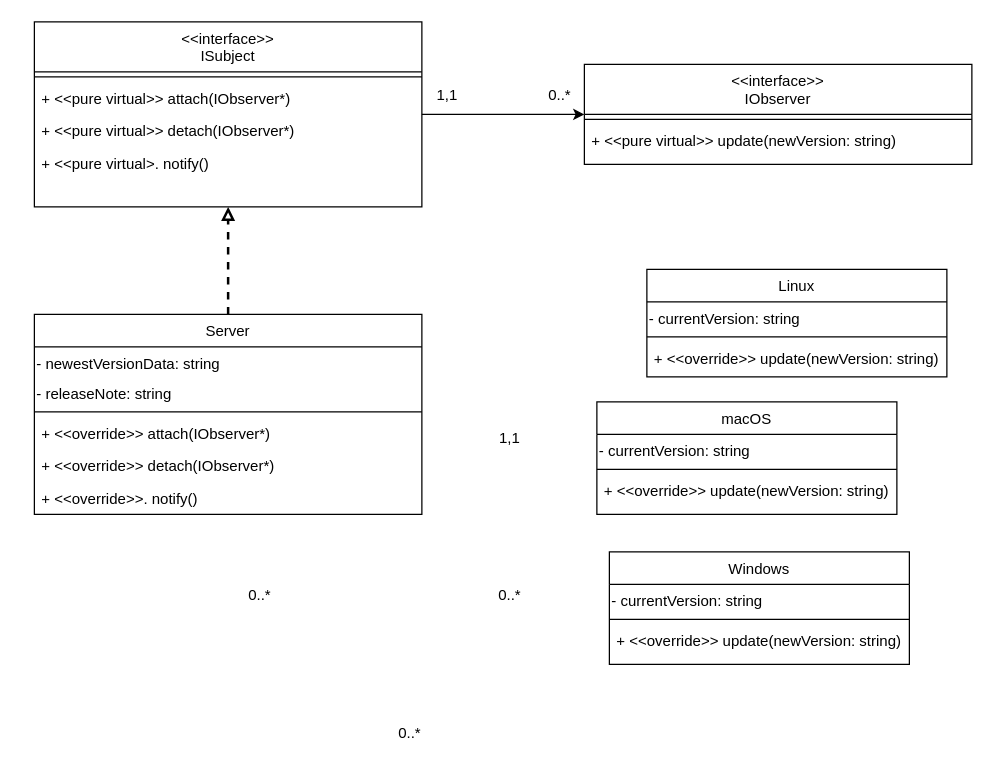
The draw.io diagram OOP_TH_W2_Line_class_diagram.drawio in CatHuyuH24/CatHuyuH24, before the edit. Source tidied: cells renumbered, new cells numbered last; positions are measured from the earlier drawing's top-left corner, leaving out a move shared by most shapes. Both pictures are drawn from the tidied source at 125%, with x=0, y=0 at pixel (34, 21).
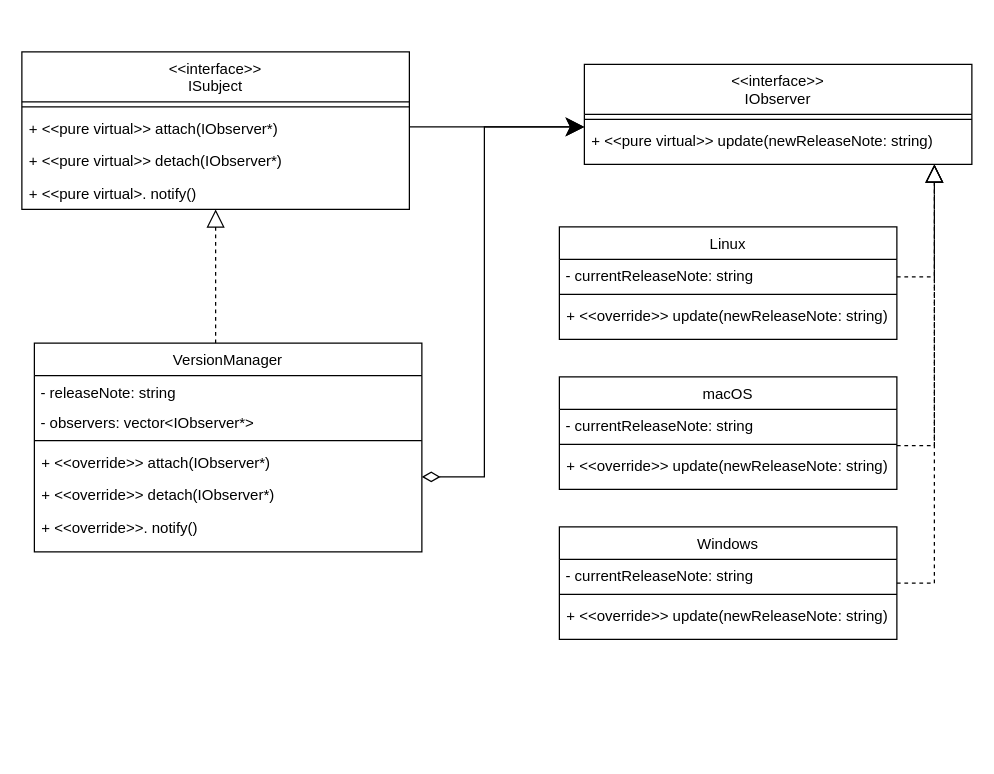
The same page after the edit.

Unchanged cells that the change refers to:
```xml
<mxCell id="32" value="&lt;&lt;interface&gt;&gt;&#10;IObserver" style="swimlane;fontStyle=0;align=center;verticalAlign=top;horizontal=1;startSize=40;rounded=0;shadow=0;strokeWidth=1;" parent="1" vertex="1">
  <mxGeometry x="440" y="34" width="310" height="80" as="geometry" />
</mxCell>
```

The edit, as a diff of the source:
```diff
@@
-    <mxCell id="2" style="edgeStyle=orthogonalEdgeStyle;rounded=0;jettySize=auto;html=1;strokeWidth=2;dashed=1;endArrow=block;endFill=0;" parent="1" edge="1" source="3" target="27">
-      <mxGeometry relative="1" as="geometry" />
+    <mxCell id="2" style="edgeStyle=orthogonalEdgeStyle;rounded=0;jettySize=auto;html=1;strokeWidth=1;dashed=1;endArrow=block;endFill=0;endSize=12;" parent="1" edge="1" source="3" target="27">
+      <mxGeometry relative="1" as="geometry">
+        <Array as="points">
+          <mxPoint x="145" y="234" />
+          <mxPoint x="145" y="234" />
+        </Array>
+      </mxGeometry>
     </mxCell>
+    <mxCell id="37" style="edgeStyle=orthogonalEdgeStyle;rounded=0;jettySize=auto;html=1;startArrow=diamondThin;startFill=0;endSize=12;startSize=12;" parent="1" edge="1" source="3" target="32">
+      <mxGeometry relative="1" as="geometry">
+        <Array as="points">
+          <mxPoint x="360" y="364" />
+          <mxPoint x="360" y="84" />
+        </Array>
+      </mxGeometry>
+    </mxCell>
-    <mxCell id="3" value="Server" style="swimlane;fontStyle=0;align=center;verticalAlign=top;horizontal=1;startSize=26;rounded=0;shadow=0;strokeWidth=1;" parent="1" vertex="1">
-      <mxGeometry y="234" width="310" height="160" as="geometry" />
+    <mxCell id="3" value="VersionManager" style="swimlane;fontStyle=0;align=center;verticalAlign=top;horizontal=1;startSize=26;rounded=0;shadow=0;strokeWidth=1;" parent="1" vertex="1">
+      <mxGeometry y="257" width="310" height="167" as="geometry" />
     </mxCell>
-    <mxCell id="4" value="- newestVersionData: string" style="text;whiteSpace=wrap;html=1;" parent="3" vertex="1">
-      <mxGeometry y="26" width="310" height="24" as="geometry" />
-    </mxCell>
-    <mxCell id="5" value="- releaseNote: string" style="text;whiteSpace=wrap;html=1;" parent="3" vertex="1">
-      <mxGeometry y="50" width="310" height="24" as="geometry" />
+    <mxCell id="5" value="&amp;nbsp;- releaseNote: string" style="text;whiteSpace=wrap;html=1;" parent="3" vertex="1">
+      <mxGeometry y="26" width="310" height="24" as="geometry" />
     </mxCell>
+    <mxCell id="38" value="&amp;nbsp;- observers: vector&amp;lt;IObserver*&amp;gt;" style="text;whiteSpace=wrap;html=1;" parent="3" vertex="1">
+      <mxGeometry y="50" width="310" height="24" as="geometry" />
+    </mxCell>
@@
-    <mxCell id="10" value="1,1" style="text;html=1;align=center;verticalAlign=middle;strokeColor=none;fillColor=none;" parent="1" vertex="1">
-      <mxGeometry x="360" y="318" width="40" height="30" as="geometry" />
-    </mxCell>
+    <mxCell id="39" style="edgeStyle=orthogonalEdgeStyle;rounded=0;jettySize=auto;html=1;dashed=1;endSize=12;endArrow=block;endFill=0;" parent="1" edge="1" source="11" target="32">
+      <mxGeometry relative="1" as="geometry">
+        <Array as="points">
+          <mxPoint x="720" y="449" />
+        </Array>
+      </mxGeometry>
+    </mxCell>
     <mxCell id="11" value="Windows" style="swimlane;fontStyle=0;align=center;verticalAlign=top;horizontal=1;startSize=26;rounded=0;shadow=0;strokeWidth=1;" parent="1" vertex="1">
-      <mxGeometry x="460" y="424" width="240" height="90" as="geometry" />
+      <mxGeometry x="420" y="404" width="270" height="90" as="geometry" />
     </mxCell>
-    <mxCell id="12" value="- currentVersion: string" style="text;whiteSpace=wrap;html=1;" parent="11" vertex="1">
-      <mxGeometry y="26" width="240" height="24" as="geometry" />
-    </mxCell>
+    <mxCell id="40" value="&amp;nbsp;- currentReleaseNote: string" style="text;whiteSpace=wrap;html=1;" parent="11" vertex="1">
+      <mxGeometry y="26" width="270" height="24" as="geometry" />
+    </mxCell>
     <mxCell id="13" style="line;html=1;strokeWidth=1;align=left;verticalAlign=middle;spacingTop=-1;spacingLeft=3;spacingRight=3;labelPosition=right;" parent="11" vertex="1">
-      <mxGeometry y="50" width="240" height="8" as="geometry" />
+      <mxGeometry y="50" width="270" height="8" as="geometry" />
     </mxCell>
-    <mxCell id="14" value="+ &lt;&lt;override&gt;&gt; update(newVersion: string)" style="text;align=left;verticalAlign=top;spacingLeft=4;spacingRight=4;overflow=hidden;" parent="11" vertex="1">
-      <mxGeometry y="58" width="240" height="26" as="geometry" />
+    <mxCell id="14" value="+ &lt;&lt;override&gt;&gt; update(newReleaseNote: string)" style="text;align=left;verticalAlign=top;spacingLeft=4;spacingRight=4;overflow=hidden;" parent="11" vertex="1">
+      <mxGeometry y="58" width="270" height="26" as="geometry" />
     </mxCell>
+    <mxCell id="41" style="edgeStyle=orthogonalEdgeStyle;rounded=0;jettySize=auto;html=1;dashed=1;endArrow=block;endFill=0;endSize=12;" parent="1" edge="1" source="15" target="32">
+      <mxGeometry relative="1" as="geometry">
+        <Array as="points">
+          <mxPoint x="720" y="339" />
+        </Array>
+      </mxGeometry>
+    </mxCell>
     <mxCell id="15" value="macOS" style="swimlane;fontStyle=0;align=center;verticalAlign=top;horizontal=1;startSize=26;rounded=0;shadow=0;strokeWidth=1;" parent="1" vertex="1">
-      <mxGeometry x="450" y="304" width="240" height="90" as="geometry" />
+      <mxGeometry x="420" y="284" width="270" height="90" as="geometry" />
     </mxCell>
-    <mxCell id="16" value="- currentVersion: string" style="text;whiteSpace=wrap;html=1;" parent="15" vertex="1">
-      <mxGeometry y="26" width="240" height="24" as="geometry" />
-    </mxCell>
+    <mxCell id="42" value="&amp;nbsp;- currentReleaseNote: string" style="text;whiteSpace=wrap;html=1;" parent="15" vertex="1">
+      <mxGeometry y="26" width="270" height="24" as="geometry" />
+    </mxCell>
     <mxCell id="17" style="line;html=1;strokeWidth=1;align=left;verticalAlign=middle;spacingTop=-1;spacingLeft=3;spacingRight=3;labelPosition=right;" parent="15" vertex="1">
-      <mxGeometry y="50" width="240" height="8" as="geometry" />
+      <mxGeometry y="50" width="270" height="8" as="geometry" />
     </mxCell>
-    <mxCell id="18" value="+ &lt;&lt;override&gt;&gt; update(newVersion: string)" style="text;align=left;verticalAlign=top;spacingLeft=4;spacingRight=4;overflow=hidden;" parent="15" vertex="1">
-      <mxGeometry y="58" width="240" height="26" as="geometry" />
+    <mxCell id="18" value="+ &lt;&lt;override&gt;&gt; update(newReleaseNote: string)" style="text;align=left;verticalAlign=top;spacingLeft=4;spacingRight=4;overflow=hidden;" parent="15" vertex="1">
+      <mxGeometry y="58" width="270" height="26" as="geometry" />
     </mxCell>
+    <mxCell id="43" style="edgeStyle=orthogonalEdgeStyle;rounded=0;jettySize=auto;html=1;dashed=1;endArrow=block;endFill=0;endSize=12;" parent="1" edge="1" source="19" target="32">
+      <mxGeometry relative="1" as="geometry">
+        <Array as="points">
+          <mxPoint x="720" y="204" />
+        </Array>
+      </mxGeometry>
+    </mxCell>
     <mxCell id="19" value="Linux" style="swimlane;fontStyle=0;align=center;verticalAlign=top;horizontal=1;startSize=26;rounded=0;shadow=0;strokeWidth=1;" parent="1" vertex="1">
-      <mxGeometry x="490" y="198" width="240" height="86" as="geometry" />
+      <mxGeometry x="420" y="164" width="270" height="90" as="geometry" />
     </mxCell>
-    <mxCell id="20" value="- currentVersion: string" style="text;whiteSpace=wrap;html=1;" parent="19" vertex="1">
-      <mxGeometry y="26" width="240" height="24" as="geometry" />
-    </mxCell>
+    <mxCell id="44" value="&amp;nbsp;- currentReleaseNote: string" style="text;whiteSpace=wrap;html=1;" parent="19" vertex="1">
+      <mxGeometry y="26" width="270" height="24" as="geometry" />
+    </mxCell>
     <mxCell id="21" style="line;html=1;strokeWidth=1;align=left;verticalAlign=middle;spacingTop=-1;spacingLeft=3;spacingRight=3;labelPosition=right;" parent="19" vertex="1">
-      <mxGeometry y="50" width="240" height="8" as="geometry" />
+      <mxGeometry y="50" width="270" height="8" as="geometry" />
     </mxCell>
-    <mxCell id="22" value="+ &lt;&lt;override&gt;&gt; update(newVersion: string)" style="text;align=left;verticalAlign=top;spacingLeft=4;spacingRight=4;overflow=hidden;" parent="19" vertex="1">
-      <mxGeometry y="58" width="240" height="26" as="geometry" />
-    </mxCell>
-    <mxCell id="23" value="0..*" style="text;html=1;align=center;verticalAlign=middle;strokeColor=none;fillColor=none;" parent="1" vertex="1">
-      <mxGeometry x="360" y="444" width="40" height="30" as="geometry" />
-    </mxCell>
-    <mxCell id="24" value="0..*" style="text;html=1;align=center;verticalAlign=middle;strokeColor=none;fillColor=none;" parent="1" vertex="1">
-      <mxGeometry x="160" y="444" width="40" height="30" as="geometry" />
-    </mxCell>
-    <mxCell id="25" value="0..*" style="text;html=1;align=center;verticalAlign=middle;strokeColor=none;fillColor=none;" parent="1" vertex="1">
-      <mxGeometry x="280" y="554" width="40" height="30" as="geometry" />
-    </mxCell>
+    <mxCell id="45" value="+ &lt;&lt;override&gt;&gt; update(newReleaseNote: string)" style="text;align=left;verticalAlign=top;spacingLeft=4;spacingRight=4;overflow=hidden;" parent="19" vertex="1">
+      <mxGeometry y="58" width="270" height="26" as="geometry" />
+    </mxCell>
-    <mxCell id="26" style="edgeStyle=orthogonalEdgeStyle;rounded=0;jettySize=auto;html=1;endArrow=classic;endFill=1;" parent="1" edge="1" source="27" target="32">
-      <mxGeometry relative="1" as="geometry" />
+    <mxCell id="26" style="edgeStyle=orthogonalEdgeStyle;rounded=0;jettySize=auto;html=1;endArrow=classic;endFill=1;endSize=12;" parent="1" edge="1" source="27" target="32">
+      <mxGeometry relative="1" as="geometry">
+        <Array as="points">
+          <mxPoint x="330" y="84" />
+          <mxPoint x="330" y="84" />
+        </Array>
+      </mxGeometry>
     </mxCell>
     <mxCell id="27" value="&lt;&lt;interface&gt;&gt;&#10;ISubject" style="swimlane;fontStyle=0;align=center;verticalAlign=top;horizontal=1;startSize=40;rounded=0;shadow=0;strokeWidth=1;" parent="1" vertex="1">
-      <mxGeometry width="310" height="148" as="geometry" />
+      <mxGeometry x="-10" y="24" width="310" height="126" as="geometry" />
     </mxCell>
@@
-    <mxCell id="34" value="+ &lt;&lt;pure virtual&gt;&gt; update(newVersion: string)" style="text;align=left;verticalAlign=top;spacingLeft=4;spacingRight=4;overflow=hidden;" parent="32" vertex="1">
+    <mxCell id="34" value="+ &lt;&lt;pure virtual&gt;&gt; update(newReleaseNote: string)" style="text;align=left;verticalAlign=top;spacingLeft=4;spacingRight=4;overflow=hidden;" parent="32" vertex="1">
       <mxGeometry y="48" width="310" height="26" as="geometry" />
     </mxCell>
-    <mxCell id="35" value="1,1" style="text;html=1;align=center;verticalAlign=middle;strokeColor=none;fillColor=none;" parent="1" vertex="1">
-      <mxGeometry x="310" y="44" width="40" height="30" as="geometry" />
-    </mxCell>
-    <mxCell id="36" value="0..*" style="text;html=1;align=center;verticalAlign=middle;strokeColor=none;fillColor=none;" parent="1" vertex="1">
-      <mxGeometry x="400" y="44" width="40" height="30" as="geometry" />
-    </mxCell>
```
